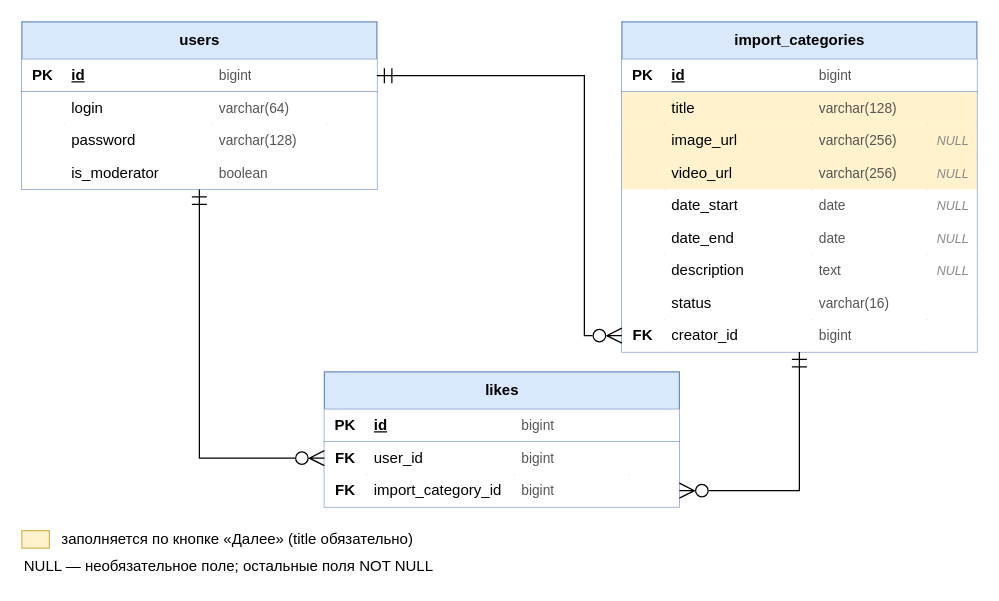
The draw.io diagram docs/er.drawio in umidjaaan/web-app-development-2026, before the edit. Source tidied: cells renumbered, new cells numbered last; positions are measured from the earlier drawing's top-left corner, leaving out a move shared by most shapes. Both pictures are drawn from the tidied source at 125%, with x=0, y=0 at pixel (21, 21).
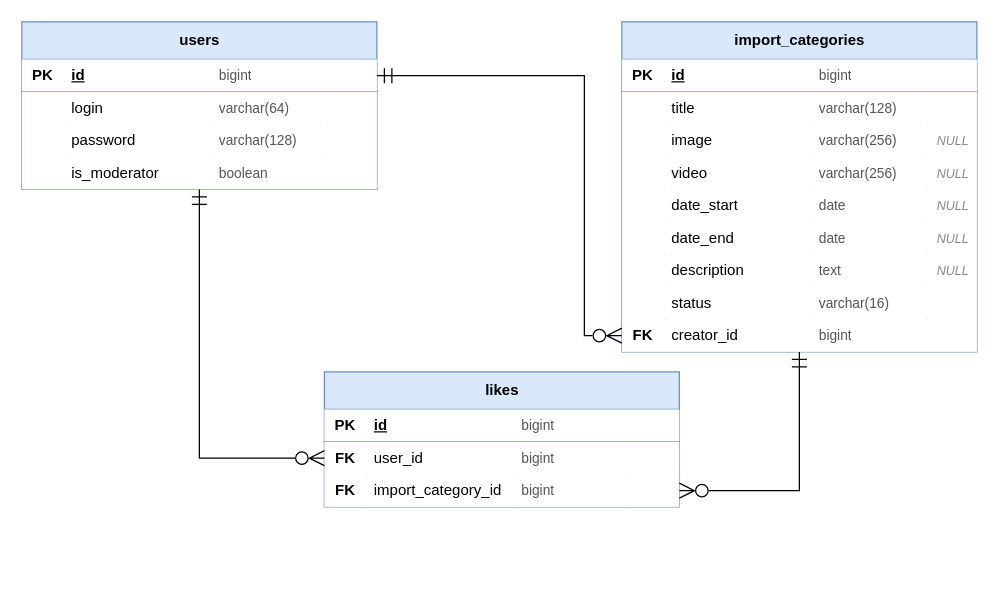
The same diagram, later.

Unchanged cells that the change refers to:
```xml
<mxCell id="23" value="import_categories" style="shape=table;startSize=30;childLayout=tableLayout;rowLines=0;fontStyle=1;align=center;html=1;fillColor=#dae8fc;strokeColor=#6c8ebf;" parent="1" vertex="1">
  <mxGeometry x="480" width="284" height="264" as="geometry" />
</mxCell>
```

Diff of the diagram source:
```diff
@@
-    <mxCell id="29" style="shape=tableRow;horizontal=0;startSize=0;swimlaneHead=0;swimlaneBody=0;fillColor=#fff2cc;top=0;left=0;right=0;bottom=0;strokeColor=#6c8ebf;" parent="23" vertex="1">
+    <mxCell id="29" style="shape=tableRow;horizontal=0;startSize=0;swimlaneHead=0;swimlaneBody=0;fillColor=#ffffff;top=0;left=0;right=0;bottom=0;strokeColor=#6c8ebf;" parent="23" vertex="1">
       <mxGeometry y="56" width="284" height="26" as="geometry" />
     </mxCell>
@@
-    <mxCell id="34" style="shape=tableRow;horizontal=0;startSize=0;swimlaneHead=0;swimlaneBody=0;fillColor=#fff2cc;top=0;left=0;right=0;bottom=0;strokeColor=#6c8ebf;" parent="23" vertex="1">
+    <mxCell id="34" style="shape=tableRow;horizontal=0;startSize=0;swimlaneHead=0;swimlaneBody=0;fillColor=#ffffff;top=0;left=0;right=0;bottom=0;strokeColor=#6c8ebf;" parent="23" vertex="1">
       <mxGeometry y="82" width="284" height="26" as="geometry" />
     </mxCell>
@@
-    <mxCell id="36" value="image_url" style="shape=partialRectangle;fillColor=none;top=0;left=0;bottom=0;right=0;overflow=hidden;whiteSpace=wrap;html=1;fontSize=12;align=left;spacingLeft=4;" parent="34" vertex="1">
+    <mxCell id="36" value="image" style="shape=partialRectangle;fillColor=none;top=0;left=0;bottom=0;right=0;overflow=hidden;whiteSpace=wrap;html=1;fontSize=12;align=left;spacingLeft=4;" parent="34" vertex="1">
       <mxGeometry x="34" width="118" height="26" as="geometry" />
     </mxCell>
@@
-    <mxCell id="39" style="shape=tableRow;horizontal=0;startSize=0;swimlaneHead=0;swimlaneBody=0;fillColor=#fff2cc;top=0;left=0;right=0;bottom=0;strokeColor=#6c8ebf;" parent="23" vertex="1">
+    <mxCell id="39" style="shape=tableRow;horizontal=0;startSize=0;swimlaneHead=0;swimlaneBody=0;fillColor=#ffffff;top=0;left=0;right=0;bottom=0;strokeColor=#6c8ebf;" parent="23" vertex="1">
       <mxGeometry y="108" width="284" height="26" as="geometry" />
     </mxCell>
@@
-    <mxCell id="41" value="video_url" style="shape=partialRectangle;fillColor=none;top=0;left=0;bottom=0;right=0;overflow=hidden;whiteSpace=wrap;html=1;fontSize=12;align=left;spacingLeft=4;" parent="39" vertex="1">
+    <mxCell id="41" value="video" style="shape=partialRectangle;fillColor=none;top=0;left=0;bottom=0;right=0;overflow=hidden;whiteSpace=wrap;html=1;fontSize=12;align=left;spacingLeft=4;" parent="39" vertex="1">
       <mxGeometry x="34" width="118" height="26" as="geometry" />
     </mxCell>
@@
-    <mxCell id="88" value="заполняется по кнопке «Далее» (title обязательно)" style="text;html=1;align=left;verticalAlign=middle;fontSize=12;" parent="1" vertex="1">
-      <mxGeometry x="30" y="404" width="420" height="20" as="geometry" />
-    </mxCell>
-    <mxCell id="89" style="rounded=0;whiteSpace=wrap;html=1;fillColor=#fff2cc;strokeColor=#d6b656;" parent="1" vertex="1">
-      <mxGeometry y="407" width="22" height="14" as="geometry" />
-    </mxCell>
-    <mxCell id="90" value="NULL — необязательное поле; остальные поля NOT NULL" style="text;html=1;align=left;verticalAlign=middle;fontSize=12;" parent="1" vertex="1">
-      <mxGeometry y="426" width="460" height="20" as="geometry" />
-    </mxCell>
```
